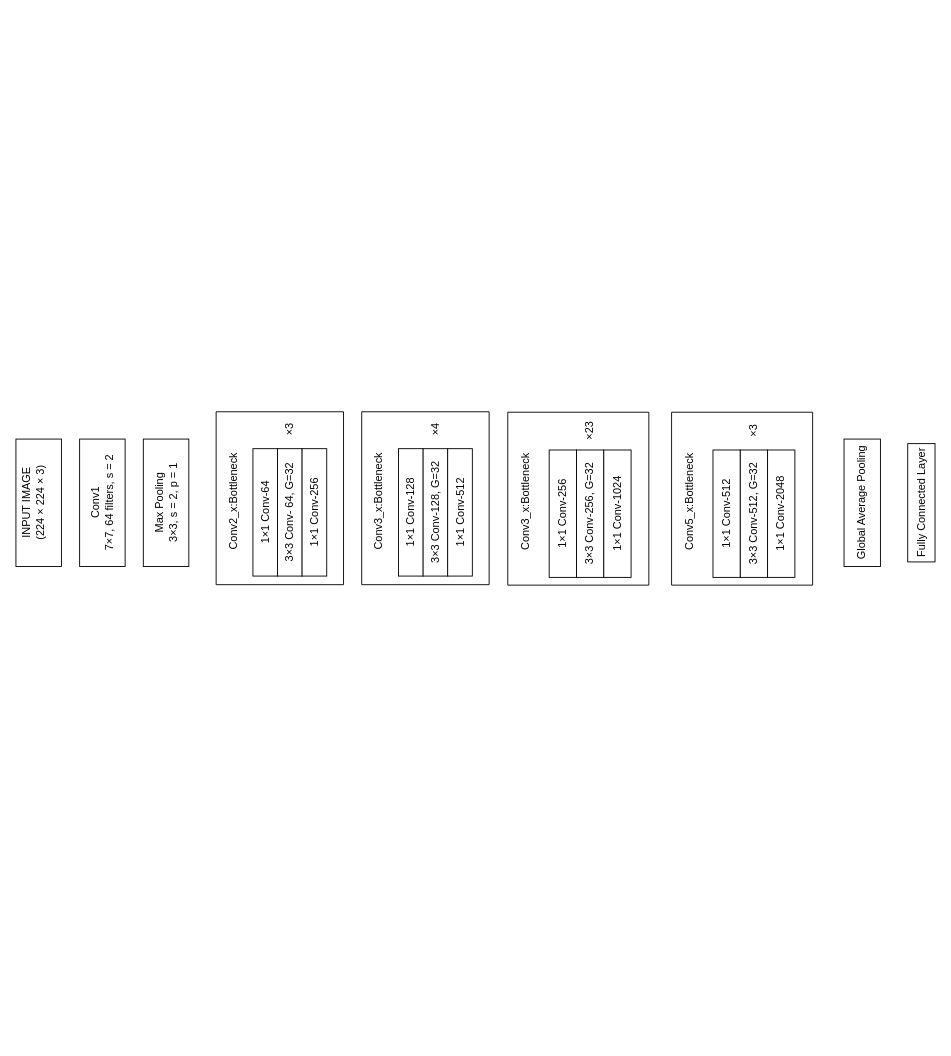
The draw.io diagram Untitled Diagram.drawio in TomalAhmmedPantho/CSE438, before the edit. Source tidied: cells renumbered, new cells numbered last; positions are measured from the earlier drawing's top-left corner, leaving out a move shared by most shapes. Both pictures are drawn from the tidied source at 91%, with x=0, y=0 at pixel (-25, 38).
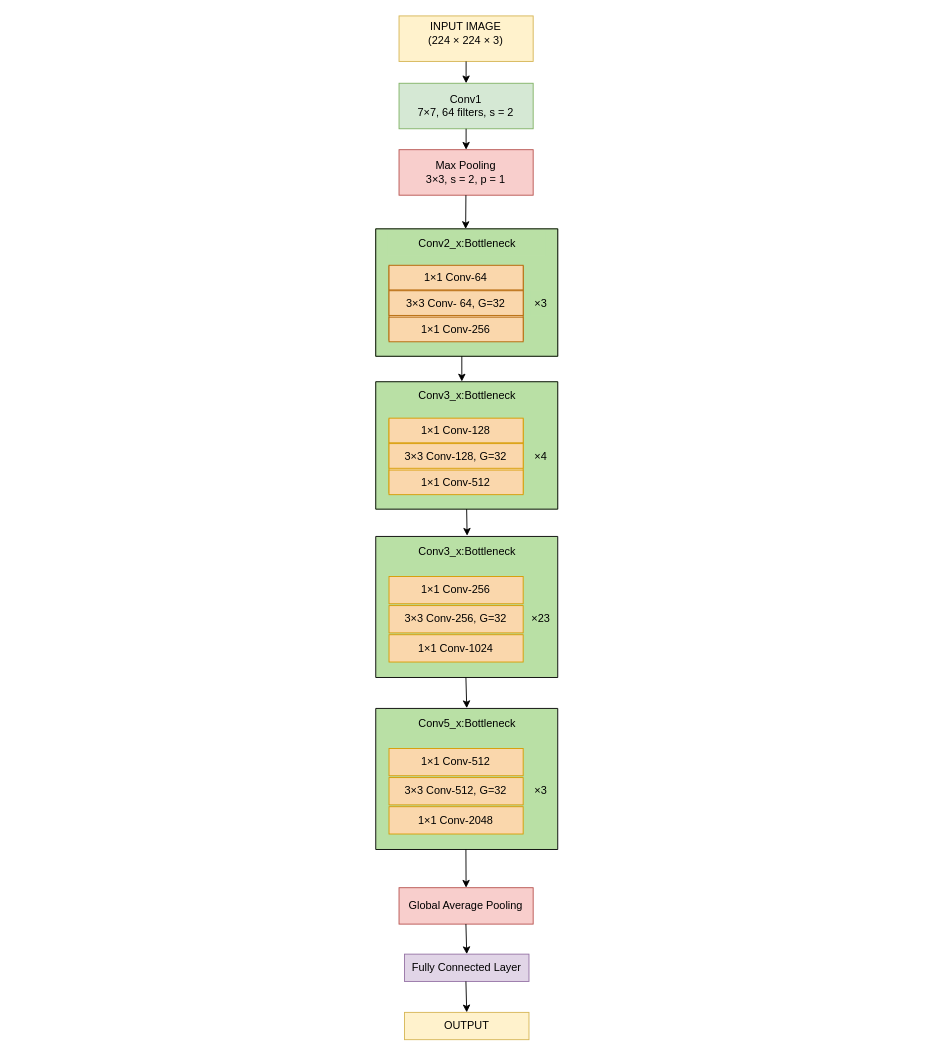
After the change.

The edit, as a diff of the source:
```diff
@@
-    <mxCell id="2" style="group;rotation=-90;" parent="1" vertex="1">
-      <mxGeometry x="455" width="190" height="1010" as="geometry" />
-    </mxCell>
-    <mxCell id="3" value="INPUT IMAGE&lt;div&gt;(224&amp;nbsp;&lt;span style=&quot;background-color: transparent; color: light-dark(rgb(0, 0, 0), rgb(255, 255, 255));&quot;&gt;&lt;font&gt;× 224&amp;nbsp;&lt;/font&gt;&lt;/span&gt;&lt;span style=&quot;background-color: transparent; color: light-dark(rgb(0, 0, 0), rgb(255, 255, 255));&quot;&gt;× 3)&lt;/span&gt;&lt;/div&gt;&lt;p class=&quot;MsoNormal&quot;&gt;&lt;span style=&quot;font-size:18.0pt;line-height:115%&quot;&gt;&lt;/span&gt;&lt;/p&gt;" style="rounded=0;whiteSpace=wrap;html=1;rotation=-90;" parent="2" vertex="1">
-      <mxGeometry x="-455" y="485" width="140" height="50" as="geometry" />
+    <mxCell id="3" value="INPUT IMAGE&lt;div&gt;(224&amp;nbsp;&lt;span style=&quot;background-color: transparent; color: light-dark(rgb(0, 0, 0), rgb(255, 255, 255));&quot;&gt;&lt;font&gt;× 224&amp;nbsp;&lt;/font&gt;&lt;/span&gt;&lt;span style=&quot;background-color: transparent; color: light-dark(rgb(0, 0, 0), rgb(255, 255, 255));&quot;&gt;× 3)&lt;/span&gt;&lt;/div&gt;&lt;p class=&quot;MsoNormal&quot;&gt;&lt;span style=&quot;font-size:18.0pt;line-height:115%&quot;&gt;&lt;/span&gt;&lt;/p&gt;" style="rounded=0;whiteSpace=wrap;html=1;rotation=0;fillColor=#fff2cc;strokeColor=#d6b656;" parent="1" vertex="1">
+      <mxGeometry x="466" y="-25" width="147.4" height="50" as="geometry" />
     </mxCell>
-    <mxCell id="4" value="Conv1&lt;div&gt;7&lt;span style=&quot;background-color: transparent; color: light-dark(rgb(0, 0, 0), rgb(255, 255, 255));&quot;&gt;×7,&amp;nbsp;&lt;/span&gt;&lt;span style=&quot;background-color: transparent; color: light-dark(rgb(0, 0, 0), rgb(255, 255, 255));&quot;&gt;64 filters, s = 2&lt;/span&gt;&lt;/div&gt;" style="rounded=0;whiteSpace=wrap;html=1;rotation=-90;" parent="2" vertex="1">
-      <mxGeometry x="-385" y="485" width="140" height="50" as="geometry" />
+    <mxCell id="4" value="Conv1&lt;div&gt;7&lt;span style=&quot;background-color: transparent; color: light-dark(rgb(0, 0, 0), rgb(255, 255, 255));&quot;&gt;×7,&amp;nbsp;&lt;/span&gt;&lt;span style=&quot;background-color: transparent; color: light-dark(rgb(0, 0, 0), rgb(255, 255, 255));&quot;&gt;64 filters, s = 2&lt;/span&gt;&lt;/div&gt;" style="rounded=0;whiteSpace=wrap;html=1;rotation=0;fillColor=#d5e8d4;strokeColor=#82b366;" parent="1" vertex="1">
+      <mxGeometry x="466" y="49" width="147.4" height="50" as="geometry" />
     </mxCell>
-    <mxCell id="5" value="Max Pooling&lt;div&gt;&lt;span style=&quot;background-color: transparent; color: light-dark(rgb(0, 0, 0), rgb(255, 255, 255));&quot;&gt;3×3, s = 2, p = 1&lt;/span&gt;&lt;/div&gt;" style="rounded=0;whiteSpace=wrap;html=1;rotation=-90;" parent="2" vertex="1">
-      <mxGeometry x="-315" y="485" width="140" height="50" as="geometry" />
+    <mxCell id="5" value="Max Pooling&lt;div&gt;&lt;span style=&quot;background-color: transparent; color: light-dark(rgb(0, 0, 0), rgb(255, 255, 255));&quot;&gt;3×3, s = 2, p = 1&lt;/span&gt;&lt;/div&gt;" style="rounded=0;whiteSpace=wrap;html=1;rotation=0;fillColor=#f8cecc;strokeColor=#b85450;" parent="1" vertex="1">
+      <mxGeometry x="466" y="122" width="147.4" height="50" as="geometry" />
     </mxCell>
-    <mxCell id="6" value="Fully Connected Layer" style="rounded=0;whiteSpace=wrap;html=1;rotation=-90;" parent="2" vertex="1">
-      <mxGeometry x="520" y="495" width="130" height="30" as="geometry" />
+    <mxCell id="6" value="Fully Connected Layer" style="rounded=0;whiteSpace=wrap;html=1;rotation=0;fillColor=#e1d5e7;strokeColor=#9673a6;" parent="1" vertex="1">
+      <mxGeometry x="472" y="1006" width="136.8" height="30" as="geometry" />
     </mxCell>
-    <mxCell id="7" value="Global Average Pooling" style="rounded=0;whiteSpace=wrap;html=1;rotation=-90;" parent="2" vertex="1">
-      <mxGeometry x="450" y="490" width="140" height="40" as="geometry" />
+    <mxCell id="7" value="Global Average Pooling" style="rounded=0;whiteSpace=wrap;html=1;rotation=0;fillColor=#f8cecc;strokeColor=#b85450;" parent="1" vertex="1">
+      <mxGeometry x="466" y="933" width="147.4" height="40" as="geometry" />
     </mxCell>
-    <mxCell id="8" style="group;rotation=-90;" parent="2" vertex="1">
-      <mxGeometry x="-215" y="435" width="190" height="140" as="geometry" />
+    <mxCell id="8" style="group;rotation=0;fillColor=#95CD75;strokeColor=#82b366;" parent="1" vertex="1">
+      <mxGeometry x="440.4" y="209" width="200" height="140" as="geometry" />
     </mxCell>
-    <mxCell id="9" style="verticalLabelPosition=bottom;verticalAlign=top;html=1;shape=mxgraph.basic.rect;fillColor2=none;strokeWidth=1;size=20;indent=5;rotation=-90;" parent="8" vertex="1">
-      <mxGeometry width="190" height="140" as="geometry" />
+    <mxCell id="9" style="verticalLabelPosition=bottom;verticalAlign=top;html=1;shape=mxgraph.basic.rect;fillColor2=none;strokeWidth=1;size=20;indent=5;rotation=0;fillColor=#B9E0A5;" parent="8" vertex="1">
+      <mxGeometry width="200" height="140" as="geometry" />
     </mxCell>
-    <mxCell id="10" value="Conv2_x:Bottleneck" style="rounded=0;whiteSpace=wrap;html=1;strokeColor=none;rotation=-90;" parent="8" vertex="1">
-      <mxGeometry x="-39" y="60" width="165" height="27.1" as="geometry" />
+    <mxCell id="10" value="Conv2_x:Bottleneck" style="rounded=0;whiteSpace=wrap;html=1;strokeColor=none;rotation=0;fillColor=#B9E0A5;" parent="8" vertex="1">
+      <mxGeometry x="13.2" y="2" width="173.7" height="27.1" as="geometry" />
     </mxCell>
-    <mxCell id="11" style="group;rotation=-90;" parent="8" vertex="1">
-      <mxGeometry x="36" y="45" width="140" height="81.3" as="geometry" />
+    <mxCell id="11" style="group;rotation=0;fillColor=#fad7ac;strokeColor=#b46504;" parent="8" vertex="1">
+      <mxGeometry x="14.6" y="41" width="147.4" height="81.3" as="geometry" />
     </mxCell>
-    <mxCell id="12" value="1×1 Conv-64" style="rounded=0;whiteSpace=wrap;html=1;rotation=-90;" parent="11" vertex="1">
-      <mxGeometry x="-27" y="27" width="140" height="27.1" as="geometry" />
+    <mxCell id="12" value="1×1 Conv-64" style="rounded=0;whiteSpace=wrap;html=1;rotation=0;fillColor=#FAD7AC;strokeColor=#b46504;" parent="11" vertex="1">
+      <mxGeometry y="-1" width="147.4" height="27.1" as="geometry" />
     </mxCell>
-    <mxCell id="13" value="3×3 Conv- 64, G=32" style="rounded=0;whiteSpace=wrap;html=1;rotation=-90;" parent="11" vertex="1">
-      <mxGeometry y="27" width="140" height="27.1" as="geometry" />
+    <mxCell id="13" value="3×3 Conv- 64, G=32" style="rounded=0;whiteSpace=wrap;html=1;rotation=0;fillColor=#fad7ac;strokeColor=#b46504;" parent="11" vertex="1">
+      <mxGeometry y="27" width="147.4" height="27.1" as="geometry" />
     </mxCell>
-    <mxCell id="14" value="1×1 Conv-256" style="rounded=0;whiteSpace=wrap;html=1;rotation=-90;" parent="11" vertex="1">
-      <mxGeometry x="27" y="27" width="140" height="27.1" as="geometry" />
+    <mxCell id="14" value="1×1 Conv-256" style="rounded=0;whiteSpace=wrap;html=1;rotation=0;fillColor=#fad7ac;strokeColor=#b46504;" parent="11" vertex="1">
+      <mxGeometry y="56" width="147.4" height="27.1" as="geometry" />
     </mxCell>
-    <mxCell id="15" value="×3" style="rounded=0;whiteSpace=wrap;html=1;strokeColor=none;rotation=-90;" parent="8" vertex="1">
-      <mxGeometry x="91" y="-19" width="30" height="27.1" as="geometry" />
+    <mxCell id="15" value="×3" style="rounded=0;whiteSpace=wrap;html=1;strokeColor=none;rotation=0;fillColor=#B9E0A5;" parent="8" vertex="1">
+      <mxGeometry x="170" y="68.1" width="23.5" height="27.1" as="geometry" />
     </mxCell>
-    <mxCell id="16" style="group;rotation=-90;" parent="2" vertex="1">
-      <mxGeometry x="-55" y="435" width="190" height="140" as="geometry" />
+    <mxCell id="16" style="group;rotation=0;fillColor=#B9E0A5;strokeColor=#B9E0A5;" parent="1" vertex="1">
+      <mxGeometry x="440.4" y="377" width="200" height="140" as="geometry" />
     </mxCell>
-    <mxCell id="17" style="verticalLabelPosition=bottom;verticalAlign=top;html=1;shape=mxgraph.basic.rect;fillColor2=none;strokeWidth=1;size=20;indent=5;rotation=-90;" parent="16" vertex="1">
-      <mxGeometry width="190" height="140" as="geometry" />
+    <mxCell id="17" style="verticalLabelPosition=bottom;verticalAlign=top;html=1;shape=mxgraph.basic.rect;fillColor2=none;strokeWidth=1;size=20;indent=5;rotation=0;fillColor=#B9E0A5;" parent="16" vertex="1">
+      <mxGeometry width="200" height="140" as="geometry" />
     </mxCell>
-    <mxCell id="18" value="Conv3_x:Bottleneck" style="rounded=0;whiteSpace=wrap;html=1;strokeColor=none;rotation=-90;" parent="16" vertex="1">
-      <mxGeometry x="-39" y="60" width="165" height="27.1" as="geometry" />
+    <mxCell id="18" value="Conv3_x:Bottleneck" style="rounded=0;whiteSpace=wrap;html=1;strokeColor=none;rotation=0;fillColor=none;" parent="16" vertex="1">
+      <mxGeometry x="13.2" y="2" width="173.7" height="27.1" as="geometry" />
     </mxCell>
-    <mxCell id="19" style="group;rotation=-90;" parent="16" vertex="1">
-      <mxGeometry x="36" y="45" width="140" height="81.3" as="geometry" />
+    <mxCell id="19" style="group;rotation=0;fillColor=#ffe6cc;strokeColor=#D79B00;" parent="16" vertex="1">
+      <mxGeometry x="14.6" y="41" width="147.4" height="81.3" as="geometry" />
     </mxCell>
-    <mxCell id="20" value="1×1 Conv-128" style="rounded=0;whiteSpace=wrap;html=1;rotation=-90;" parent="19" vertex="1">
-      <mxGeometry x="-27" y="27" width="140" height="27.1" as="geometry" />
+    <mxCell id="20" value="1×1 Conv-128" style="rounded=0;whiteSpace=wrap;html=1;rotation=0;fillColor=#FAD7AC;strokeColor=#D79B00;" parent="19" vertex="1">
+      <mxGeometry y="-1" width="147.4" height="27.1" as="geometry" />
     </mxCell>
-    <mxCell id="21" value="3×3 Conv-128, G=32" style="rounded=0;whiteSpace=wrap;html=1;rotation=-90;" parent="19" vertex="1">
-      <mxGeometry y="27" width="140" height="27.1" as="geometry" />
+    <mxCell id="21" value="3×3 Conv-128, G=32" style="rounded=0;whiteSpace=wrap;html=1;rotation=0;fillColor=#FAD7AC;strokeColor=#D79B00;" parent="19" vertex="1">
+      <mxGeometry y="27" width="147.4" height="27.1" as="geometry" />
     </mxCell>
-    <mxCell id="22" value="1×1 Conv-512" style="rounded=0;whiteSpace=wrap;html=1;rotation=-90;" parent="19" vertex="1">
-      <mxGeometry x="27" y="27" width="140" height="27.1" as="geometry" />
+    <mxCell id="22" value="1×1 Conv-512" style="rounded=0;whiteSpace=wrap;html=1;rotation=0;fillColor=#FAD7AC;strokeColor=#D79B00;" parent="19" vertex="1">
+      <mxGeometry y="56" width="147.4" height="27.1" as="geometry" />
     </mxCell>
-    <mxCell id="23" value="×4" style="rounded=0;whiteSpace=wrap;html=1;strokeColor=none;rotation=-90;" parent="16" vertex="1">
-      <mxGeometry x="91" y="-19" width="30" height="27.1" as="geometry" />
+    <mxCell id="23" value="×4" style="rounded=0;whiteSpace=wrap;html=1;strokeColor=none;rotation=0;fillColor=none;" parent="16" vertex="1">
+      <mxGeometry x="170" y="68.1" width="23.5" height="27.1" as="geometry" />
     </mxCell>
-    <mxCell id="24" style="group;rotation=-90;" parent="2" vertex="1">
-      <mxGeometry x="113" y="428" width="190" height="155" as="geometry" />
+    <mxCell id="24" style="group;rotation=0;" parent="1" vertex="1">
+      <mxGeometry x="440.4" y="547" width="200" height="155" as="geometry" />
     </mxCell>
-    <mxCell id="25" style="verticalLabelPosition=bottom;verticalAlign=top;html=1;shape=mxgraph.basic.rect;fillColor2=none;strokeWidth=1;size=20;indent=5;rotation=-90;" parent="24" vertex="1">
-      <mxGeometry width="190" height="155" as="geometry" />
+    <mxCell id="25" style="verticalLabelPosition=bottom;verticalAlign=top;html=1;shape=mxgraph.basic.rect;fillColor2=none;strokeWidth=1;size=20;indent=5;rotation=0;fillColor=#B9E0A5;" parent="24" vertex="1">
+      <mxGeometry width="200" height="155" as="geometry" />
     </mxCell>
-    <mxCell id="26" value="Conv3_x:Bottleneck" style="rounded=0;whiteSpace=wrap;html=1;strokeColor=none;rotation=-90;" parent="24" vertex="1">
-      <mxGeometry x="-45" y="66" width="165" height="30" as="geometry" />
+    <mxCell id="26" value="Conv3_x:Bottleneck" style="rounded=0;whiteSpace=wrap;html=1;strokeColor=none;rotation=0;fillColor=none;" parent="24" vertex="1">
+      <mxGeometry x="13.2" y="2" width="173.7" height="30" as="geometry" />
     </mxCell>
-    <mxCell id="27" style="group;rotation=-90;" parent="24" vertex="1">
-      <mxGeometry x="38" y="49" width="140" height="90" as="geometry" />
+    <mxCell id="27" style="group;rotation=0;" parent="24" vertex="1">
+      <mxGeometry x="14.6" y="46" width="147.4" height="90" as="geometry" />
     </mxCell>
-    <mxCell id="28" value="1×1 Conv-256" style="rounded=0;whiteSpace=wrap;html=1;rotation=-90;" parent="27" vertex="1">
-      <mxGeometry x="-30" y="30" width="140" height="30" as="geometry" />
+    <mxCell id="28" value="1×1 Conv-256" style="rounded=0;whiteSpace=wrap;html=1;rotation=0;fillColor=#FAD7AC;strokeColor=#D79B00;" parent="27" vertex="1">
+      <mxGeometry y="-2" width="147.4" height="30" as="geometry" />
     </mxCell>
-    <mxCell id="29" value="3×3 Conv-256, G=32" style="rounded=0;whiteSpace=wrap;html=1;rotation=-90;" parent="27" vertex="1">
-      <mxGeometry y="30" width="140" height="30" as="geometry" />
+    <mxCell id="29" value="3×3 Conv-256, G=32" style="rounded=0;whiteSpace=wrap;html=1;rotation=0;fillColor=#FAD7AC;strokeColor=#D79B00;" parent="27" vertex="1">
+      <mxGeometry y="30" width="147.4" height="30" as="geometry" />
     </mxCell>
-    <mxCell id="30" value="1×1 Conv-1024" style="rounded=0;whiteSpace=wrap;html=1;rotation=-90;" parent="27" vertex="1">
-      <mxGeometry x="30" y="30" width="140" height="30" as="geometry" />
+    <mxCell id="30" value="1×1 Conv-1024" style="rounded=0;whiteSpace=wrap;html=1;rotation=0;fillColor=#FAD7AC;strokeColor=#D79B00;" parent="27" vertex="1">
+      <mxGeometry y="62" width="147.4" height="30" as="geometry" />
     </mxCell>
-    <mxCell id="31" value="×23" style="rounded=0;whiteSpace=wrap;html=1;strokeColor=none;rotation=-90;" parent="24" vertex="1">
-      <mxGeometry x="93" y="-12" width="30" height="30" as="geometry" />
+    <mxCell id="31" value="×23" style="rounded=0;whiteSpace=wrap;html=1;strokeColor=none;rotation=0;fillColor=none;" parent="24" vertex="1">
+      <mxGeometry x="170" y="76" width="23.5" height="30" as="geometry" />
     </mxCell>
-    <mxCell id="32" style="group;rotation=-90;" parent="2" vertex="1">
-      <mxGeometry x="293" y="428" width="190" height="155" as="geometry" />
+    <mxCell id="32" style="group;rotation=0;" parent="1" vertex="1">
+      <mxGeometry x="440.4" y="736" width="200" height="155" as="geometry" />
     </mxCell>
-    <mxCell id="33" style="verticalLabelPosition=bottom;verticalAlign=top;html=1;shape=mxgraph.basic.rect;fillColor2=none;strokeWidth=1;size=20;indent=5;rotation=-90;" parent="32" vertex="1">
-      <mxGeometry width="190" height="155" as="geometry" />
+    <mxCell id="33" style="verticalLabelPosition=bottom;verticalAlign=top;html=1;shape=mxgraph.basic.rect;fillColor2=none;strokeWidth=1;size=20;indent=5;rotation=0;fillColor=#B9E0A5;" parent="32" vertex="1">
+      <mxGeometry width="200" height="155" as="geometry" />
     </mxCell>
-    <mxCell id="34" value="Conv5_x:Bottleneck" style="rounded=0;whiteSpace=wrap;html=1;strokeColor=none;rotation=-90;" parent="32" vertex="1">
-      <mxGeometry x="-45" y="66" width="165" height="30" as="geometry" />
+    <mxCell id="34" value="Conv5_x:Bottleneck" style="rounded=0;whiteSpace=wrap;html=1;strokeColor=none;rotation=0;fillColor=none;" parent="32" vertex="1">
+      <mxGeometry x="13.2" y="2" width="173.7" height="30" as="geometry" />
     </mxCell>
-    <mxCell id="35" style="group;rotation=-90;" parent="32" vertex="1">
-      <mxGeometry x="38" y="49" width="140" height="90" as="geometry" />
+    <mxCell id="35" style="group;rotation=0;" parent="32" vertex="1">
+      <mxGeometry x="14.6" y="46" width="147.4" height="90" as="geometry" />
     </mxCell>
-    <mxCell id="36" value="1×1 Conv-512" style="rounded=0;whiteSpace=wrap;html=1;rotation=-90;" parent="35" vertex="1">
-      <mxGeometry x="-30" y="30" width="140" height="30" as="geometry" />
+    <mxCell id="36" value="1×1 Conv-512" style="rounded=0;whiteSpace=wrap;html=1;rotation=0;fillColor=#FAD7AC;strokeColor=#D79B00;" parent="35" vertex="1">
+      <mxGeometry y="-2" width="147.4" height="30" as="geometry" />
     </mxCell>
-    <mxCell id="37" value="3×3 Conv-512, G=32" style="rounded=0;whiteSpace=wrap;html=1;rotation=-90;" parent="35" vertex="1">
-      <mxGeometry y="30" width="140" height="30" as="geometry" />
+    <mxCell id="37" value="3×3 Conv-512, G=32" style="rounded=0;whiteSpace=wrap;html=1;rotation=0;fillColor=#FAD7AC;strokeColor=#D79B00;" parent="35" vertex="1">
+      <mxGeometry y="30" width="147.4" height="30" as="geometry" />
     </mxCell>
-    <mxCell id="38" value="1×1 Conv-2048" style="rounded=0;whiteSpace=wrap;html=1;rotation=-90;" parent="35" vertex="1">
-      <mxGeometry x="30" y="30" width="140" height="30" as="geometry" />
+    <mxCell id="38" value="1×1 Conv-2048" style="rounded=0;whiteSpace=wrap;html=1;rotation=0;fillColor=#FAD7AC;strokeColor=#D79B00;" parent="35" vertex="1">
+      <mxGeometry y="62" width="147.4" height="30" as="geometry" />
     </mxCell>
-    <mxCell id="39" value="×3" style="rounded=0;whiteSpace=wrap;html=1;strokeColor=none;rotation=-90;" parent="32" vertex="1">
-      <mxGeometry x="93" y="-12" width="30" height="30" as="geometry" />
+    <mxCell id="39" value="×3" style="rounded=0;whiteSpace=wrap;html=1;strokeColor=none;rotation=0;fillColor=none;" parent="32" vertex="1">
+      <mxGeometry x="170" y="76" width="23.5" height="30" as="geometry" />
     </mxCell>
+    <mxCell id="40" value="OUTPUT" style="rounded=0;whiteSpace=wrap;html=1;rotation=0;fillColor=#fff2cc;strokeColor=#d6b656;" parent="1" vertex="1">
+      <mxGeometry x="472" y="1070" width="136.8" height="30" as="geometry" />
+    </mxCell>
+    <mxCell id="41" style="endArrow=classic;html=1;rounded=0;exitX=0.5;exitY=1;exitDx=0;exitDy=0;entryX=0.5;entryY=0;entryDx=0;entryDy=0;" parent="1" edge="1" source="3" target="4">
+      <mxGeometry relative="1" as="geometry" />
+    </mxCell>
+    <mxCell id="42" style="endArrow=classic;html=1;rounded=0;entryX=0.5;entryY=0;entryDx=0;entryDy=0;exitX=0.5;exitY=1;exitDx=0;exitDy=0;" parent="1" edge="1" source="4" target="5">
+      <mxGeometry relative="1" as="geometry" />
+    </mxCell>
+    <mxCell id="43" style="endArrow=classic;html=1;rounded=0;exitX=0.5;exitY=1;exitDx=0;exitDy=0;entryX=0.494;entryY=0.001;entryDx=0;entryDy=0;entryPerimeter=0;" parent="1" edge="1" target="9">
+      <mxGeometry relative="1" as="geometry">
+        <mxPoint x="539.5" y="172" as="sourcePoint" />
+      </mxGeometry>
+    </mxCell>
+    <mxCell id="44" style="endArrow=classic;html=1;rounded=0;exitX=0.5;exitY=1;exitDx=0;exitDy=0;entryX=0.473;entryY=-0.002;entryDx=0;entryDy=0;entryPerimeter=0;" parent="1" edge="1" target="17">
+      <mxGeometry relative="1" as="geometry">
+        <mxPoint x="535" y="349" as="sourcePoint" />
+      </mxGeometry>
+    </mxCell>
+    <mxCell id="45" style="endArrow=classic;html=1;rounded=0;exitX=0.5;exitY=1;exitDx=0;exitDy=0;entryX=0.502;entryY=-0.093;entryDx=0;entryDy=0;entryPerimeter=0;" parent="1" edge="1" target="26">
+      <mxGeometry relative="1" as="geometry">
+        <mxPoint x="540.3" y="517" as="sourcePoint" />
+      </mxGeometry>
+    </mxCell>
+    <mxCell id="46" style="endArrow=classic;html=1;rounded=0;exitX=0.5;exitY=1;exitDx=0;exitDy=0;entryX=0.5;entryY=-0.002;entryDx=0;entryDy=0;entryPerimeter=0;" parent="1" edge="1" target="33">
+      <mxGeometry relative="1" as="geometry">
+        <mxPoint x="539.5" y="702" as="sourcePoint" />
+      </mxGeometry>
+    </mxCell>
+    <mxCell id="47" style="endArrow=classic;html=1;rounded=0;exitX=0.5;exitY=1;exitDx=0;exitDy=0;entryX=0.5;entryY=0;entryDx=0;entryDy=0;" parent="1" edge="1" target="7">
+      <mxGeometry relative="1" as="geometry">
+        <mxPoint x="539.5" y="891" as="sourcePoint" />
+      </mxGeometry>
+    </mxCell>
+    <mxCell id="48" style="endArrow=classic;html=1;rounded=0;exitX=0.5;exitY=1;exitDx=0;exitDy=0;entryX=0.5;entryY=0;entryDx=0;entryDy=0;" parent="1" edge="1" target="6">
+      <mxGeometry relative="1" as="geometry">
+        <mxPoint x="539.5" y="973" as="sourcePoint" />
+      </mxGeometry>
+    </mxCell>
+    <mxCell id="49" style="endArrow=classic;html=1;rounded=0;exitX=0.5;exitY=1;exitDx=0;exitDy=0;entryX=0.5;entryY=0;entryDx=0;entryDy=0;" parent="1" edge="1" target="40">
+      <mxGeometry relative="1" as="geometry">
+        <mxPoint x="539.5" y="1036" as="sourcePoint" />
+      </mxGeometry>
+    </mxCell>
```
